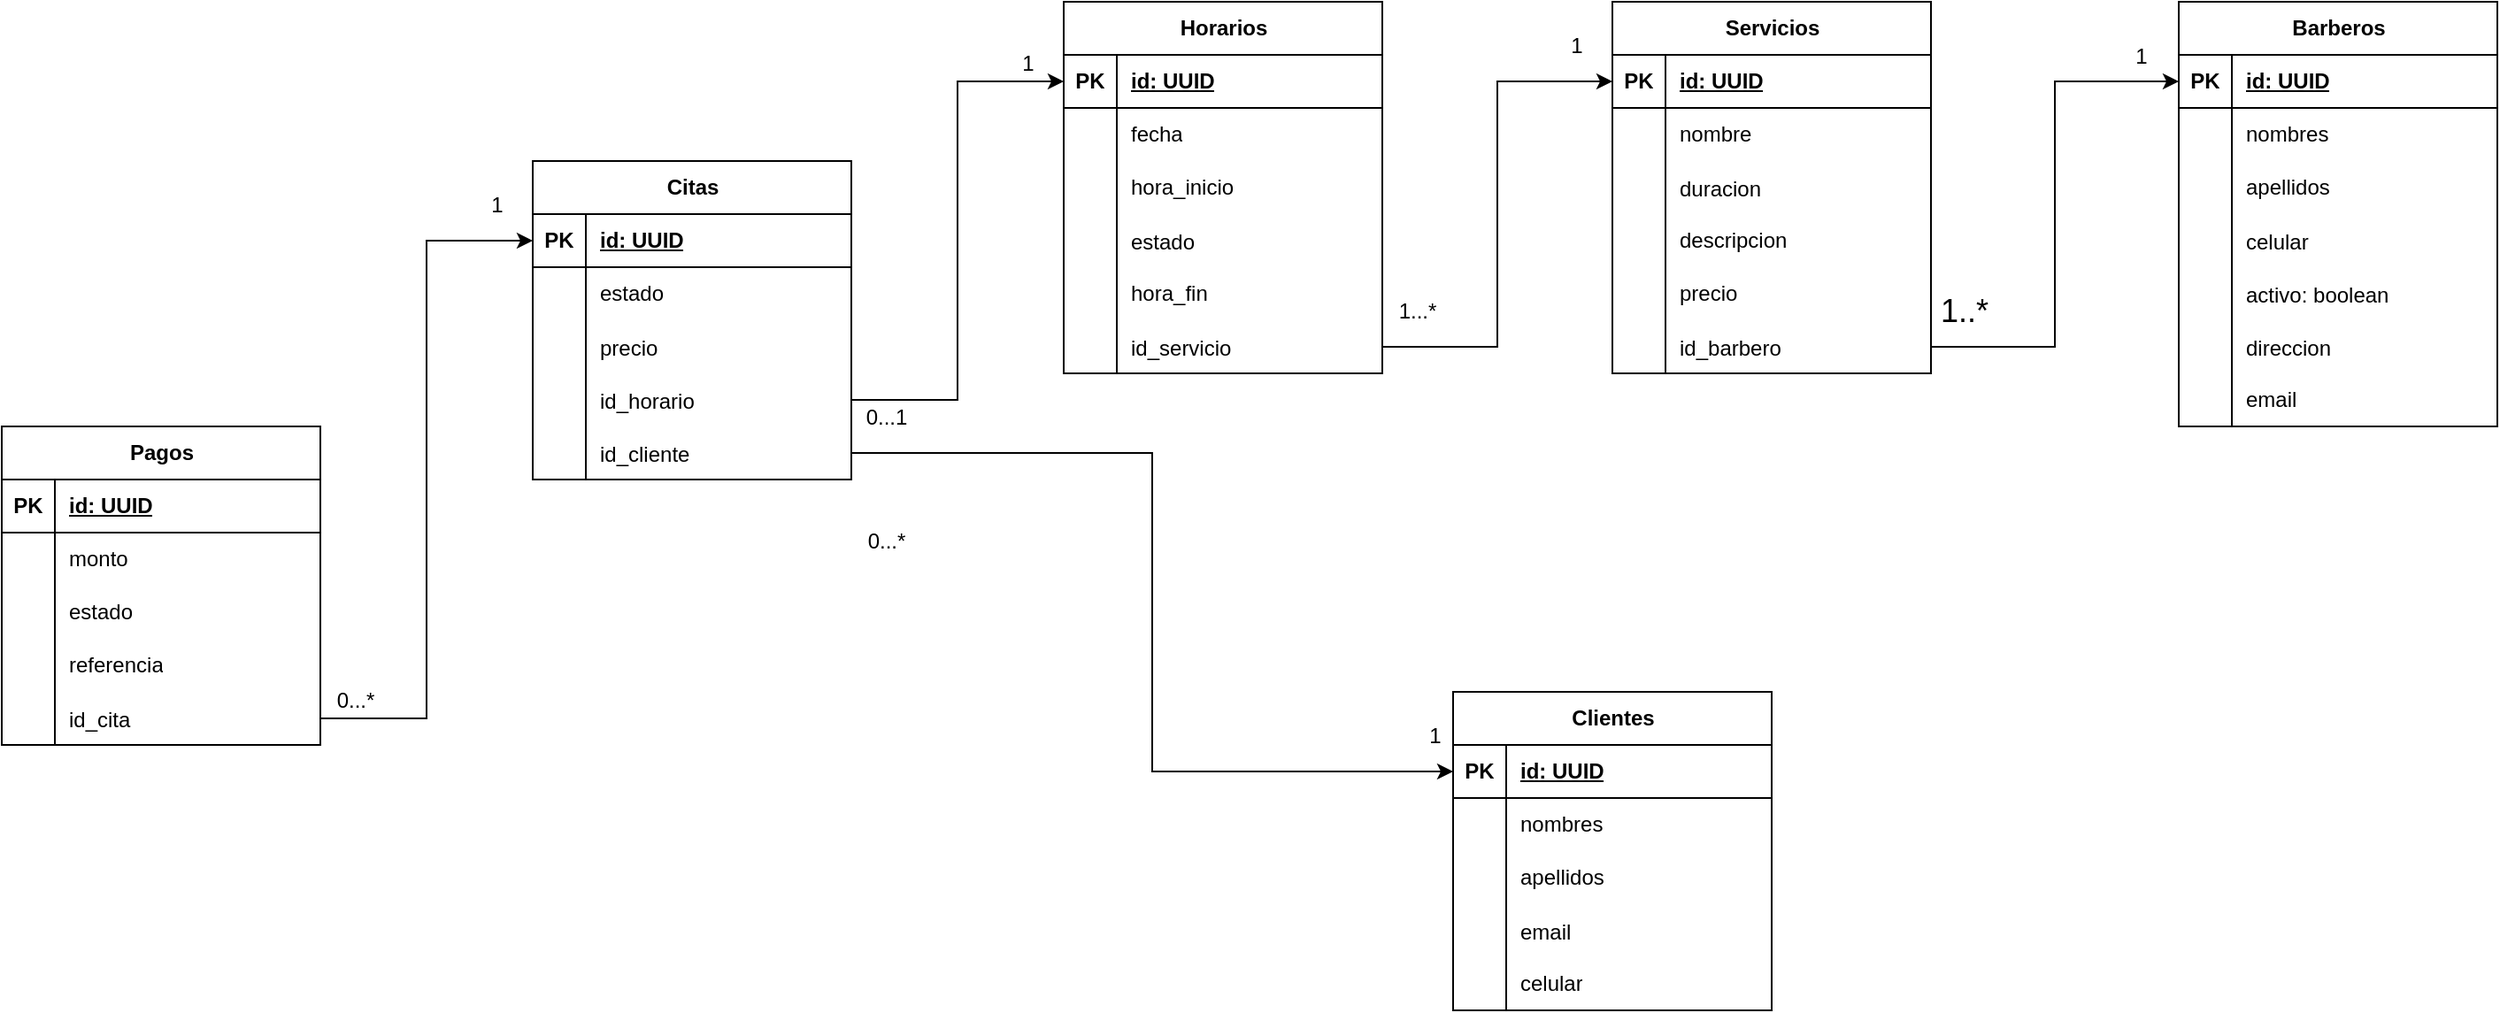
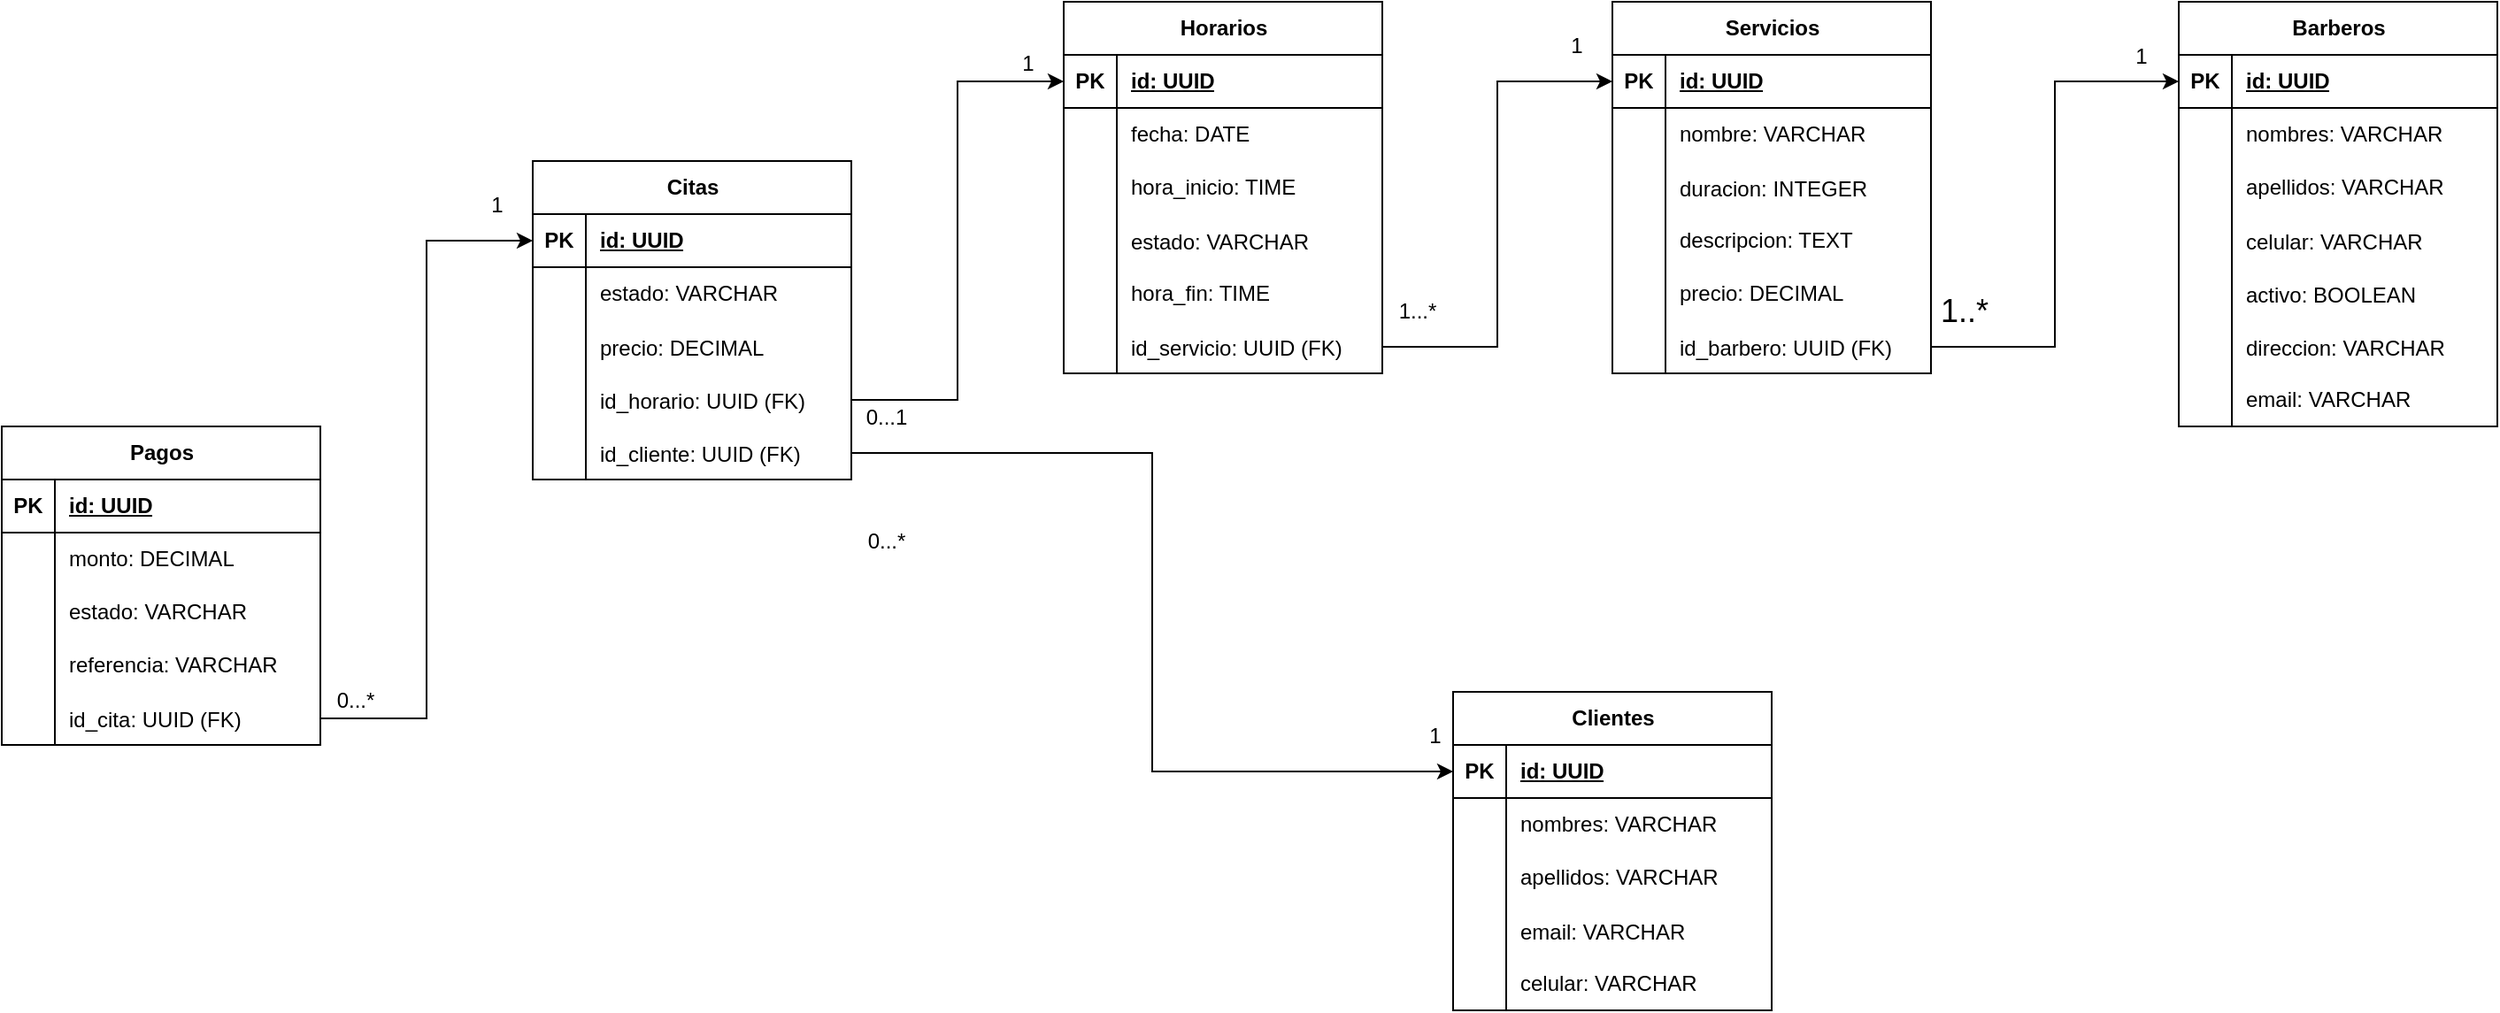
<mxfile host="app.diagrams.net">
  <diagram name="Page-1" id="84kAGnQhGiw0ntfo2Y2D">
    <mxGraphModel dx="2514" dy="901" grid="1" gridSize="10" guides="1" tooltips="1" connect="1" arrows="1" fold="1" page="1" pageScale="1" pageWidth="850" pageHeight="1100" math="0" shadow="0">
      <root>
        <mxCell id="0" />
        <mxCell id="1" parent="0" />
        <mxCell id="AOo3cmGunb4VPW3QewT0-1" parent="1" style="shape=table;startSize=30;container=1;collapsible=1;childLayout=tableLayout;fixedRows=1;rowLines=0;fontStyle=1;align=center;resizeLast=1;html=1;" value="Horarios" vertex="1">
          <mxGeometry height="210" width="180" x="130" y="240" as="geometry" />
        </mxCell>
        <mxCell id="AOo3cmGunb4VPW3QewT0-2" parent="AOo3cmGunb4VPW3QewT0-1" style="shape=tableRow;horizontal=0;startSize=0;swimlaneHead=0;swimlaneBody=0;fillColor=none;collapsible=0;dropTarget=0;points=[[0,0.5],[1,0.5]];portConstraint=eastwest;top=0;left=0;right=0;bottom=1;" value="" vertex="1">
          <mxGeometry height="30" width="180" y="30" as="geometry" />
        </mxCell>
        <mxCell id="AOo3cmGunb4VPW3QewT0-3" parent="AOo3cmGunb4VPW3QewT0-2" style="shape=partialRectangle;connectable=0;fillColor=none;top=0;left=0;bottom=0;right=0;fontStyle=1;overflow=hidden;whiteSpace=wrap;html=1;" value="PK" vertex="1">
          <mxGeometry height="30" width="30" as="geometry">
            <mxRectangle height="30" width="30" as="alternateBounds" />
          </mxGeometry>
        </mxCell>
        <mxCell id="AOo3cmGunb4VPW3QewT0-4" parent="AOo3cmGunb4VPW3QewT0-2" style="shape=partialRectangle;connectable=0;fillColor=none;top=0;left=0;bottom=0;right=0;align=left;spacingLeft=6;fontStyle=5;overflow=hidden;whiteSpace=wrap;html=1;" value="id: UUID" vertex="1">
          <mxGeometry height="30" width="150" x="30" as="geometry">
            <mxRectangle height="30" width="150" as="alternateBounds" />
          </mxGeometry>
        </mxCell>
        <mxCell id="AOo3cmGunb4VPW3QewT0-5" parent="AOo3cmGunb4VPW3QewT0-1" style="shape=tableRow;horizontal=0;startSize=0;swimlaneHead=0;swimlaneBody=0;fillColor=none;collapsible=0;dropTarget=0;points=[[0,0.5],[1,0.5]];portConstraint=eastwest;top=0;left=0;right=0;bottom=0;" value="" vertex="1">
          <mxGeometry height="30" width="180" y="60" as="geometry" />
        </mxCell>
        <mxCell id="AOo3cmGunb4VPW3QewT0-6" parent="AOo3cmGunb4VPW3QewT0-5" style="shape=partialRectangle;connectable=0;fillColor=none;top=0;left=0;bottom=0;right=0;editable=1;overflow=hidden;whiteSpace=wrap;html=1;" value="" vertex="1">
          <mxGeometry height="30" width="30" as="geometry">
            <mxRectangle height="30" width="30" as="alternateBounds" />
          </mxGeometry>
        </mxCell>
-         <mxCell id="AOo3cmGunb4VPW3QewT0-7" parent="AOo3cmGunb4VPW3QewT0-5" style="shape=partialRectangle;connectable=0;fillColor=none;top=0;left=0;bottom=0;right=0;align=left;spacingLeft=6;overflow=hidden;whiteSpace=wrap;html=1;" value="fecha" vertex="1">
+         <mxCell id="AOo3cmGunb4VPW3QewT0-7" parent="AOo3cmGunb4VPW3QewT0-5" style="shape=partialRectangle;connectable=0;fillColor=none;top=0;left=0;bottom=0;right=0;align=left;spacingLeft=6;overflow=hidden;whiteSpace=wrap;html=1;" value="fecha: DATE" vertex="1">
          <mxGeometry height="30" width="150" x="30" as="geometry">
            <mxRectangle height="30" width="150" as="alternateBounds" />
          </mxGeometry>
        </mxCell>
        <mxCell id="AOo3cmGunb4VPW3QewT0-8" parent="AOo3cmGunb4VPW3QewT0-1" style="shape=tableRow;horizontal=0;startSize=0;swimlaneHead=0;swimlaneBody=0;fillColor=none;collapsible=0;dropTarget=0;points=[[0,0.5],[1,0.5]];portConstraint=eastwest;top=0;left=0;right=0;bottom=0;" value="" vertex="1">
          <mxGeometry height="30" width="180" y="90" as="geometry" />
        </mxCell>
        <mxCell id="AOo3cmGunb4VPW3QewT0-9" parent="AOo3cmGunb4VPW3QewT0-8" style="shape=partialRectangle;connectable=0;fillColor=none;top=0;left=0;bottom=0;right=0;editable=1;overflow=hidden;whiteSpace=wrap;html=1;" value="" vertex="1">
          <mxGeometry height="30" width="30" as="geometry">
            <mxRectangle height="30" width="30" as="alternateBounds" />
          </mxGeometry>
        </mxCell>
-         <mxCell id="AOo3cmGunb4VPW3QewT0-10" parent="AOo3cmGunb4VPW3QewT0-8" style="shape=partialRectangle;connectable=0;fillColor=none;top=0;left=0;bottom=0;right=0;align=left;spacingLeft=6;overflow=hidden;whiteSpace=wrap;html=1;" value="hora_inicio" vertex="1">
+         <mxCell id="AOo3cmGunb4VPW3QewT0-10" parent="AOo3cmGunb4VPW3QewT0-8" style="shape=partialRectangle;connectable=0;fillColor=none;top=0;left=0;bottom=0;right=0;align=left;spacingLeft=6;overflow=hidden;whiteSpace=wrap;html=1;" value="hora_inicio: TIME" vertex="1">
          <mxGeometry height="30" width="150" x="30" as="geometry">
            <mxRectangle height="30" width="150" as="alternateBounds" />
          </mxGeometry>
        </mxCell>
        <mxCell id="AOo3cmGunb4VPW3QewT0-80" parent="AOo3cmGunb4VPW3QewT0-1" style="shape=tableRow;horizontal=0;startSize=0;swimlaneHead=0;swimlaneBody=0;fillColor=none;collapsible=0;dropTarget=0;points=[[0,0.5],[1,0.5]];portConstraint=eastwest;top=0;left=0;right=0;bottom=0;" value="" vertex="1">
          <mxGeometry height="30" width="180" y="120" as="geometry" />
        </mxCell>
        <mxCell id="AOo3cmGunb4VPW3QewT0-81" parent="AOo3cmGunb4VPW3QewT0-80" style="shape=partialRectangle;connectable=0;fillColor=none;top=0;left=0;bottom=0;right=0;editable=1;overflow=hidden;" value="" vertex="1">
          <mxGeometry height="30" width="30" as="geometry">
            <mxRectangle height="30" width="30" as="alternateBounds" />
          </mxGeometry>
        </mxCell>
-         <mxCell id="AOo3cmGunb4VPW3QewT0-82" parent="AOo3cmGunb4VPW3QewT0-80" style="shape=partialRectangle;connectable=0;fillColor=none;top=0;left=0;bottom=0;right=0;align=left;spacingLeft=6;overflow=hidden;" value="estado" vertex="1">
+         <mxCell id="AOo3cmGunb4VPW3QewT0-82" parent="AOo3cmGunb4VPW3QewT0-80" style="shape=partialRectangle;connectable=0;fillColor=none;top=0;left=0;bottom=0;right=0;align=left;spacingLeft=6;overflow=hidden;" value="estado: VARCHAR" vertex="1">
          <mxGeometry height="30" width="150" x="30" as="geometry">
            <mxRectangle height="30" width="150" as="alternateBounds" />
          </mxGeometry>
        </mxCell>
        <mxCell id="AOo3cmGunb4VPW3QewT0-11" parent="AOo3cmGunb4VPW3QewT0-1" style="shape=tableRow;horizontal=0;startSize=0;swimlaneHead=0;swimlaneBody=0;fillColor=none;collapsible=0;dropTarget=0;points=[[0,0.5],[1,0.5]];portConstraint=eastwest;top=0;left=0;right=0;bottom=0;" value="" vertex="1">
          <mxGeometry height="30" width="180" y="150" as="geometry" />
        </mxCell>
        <mxCell id="AOo3cmGunb4VPW3QewT0-12" parent="AOo3cmGunb4VPW3QewT0-11" style="shape=partialRectangle;connectable=0;fillColor=none;top=0;left=0;bottom=0;right=0;editable=1;overflow=hidden;whiteSpace=wrap;html=1;" value="" vertex="1">
          <mxGeometry height="30" width="30" as="geometry">
            <mxRectangle height="30" width="30" as="alternateBounds" />
          </mxGeometry>
        </mxCell>
-         <mxCell id="AOo3cmGunb4VPW3QewT0-13" parent="AOo3cmGunb4VPW3QewT0-11" style="shape=partialRectangle;connectable=0;fillColor=none;top=0;left=0;bottom=0;right=0;align=left;spacingLeft=6;overflow=hidden;whiteSpace=wrap;html=1;" value="hora_fin" vertex="1">
+         <mxCell id="AOo3cmGunb4VPW3QewT0-13" parent="AOo3cmGunb4VPW3QewT0-11" style="shape=partialRectangle;connectable=0;fillColor=none;top=0;left=0;bottom=0;right=0;align=left;spacingLeft=6;overflow=hidden;whiteSpace=wrap;html=1;" value="hora_fin: TIME" vertex="1">
          <mxGeometry height="30" width="150" x="30" as="geometry">
            <mxRectangle height="30" width="150" as="alternateBounds" />
          </mxGeometry>
        </mxCell>
        <mxCell id="AOo3cmGunb4VPW3QewT0-118" parent="AOo3cmGunb4VPW3QewT0-1" style="shape=tableRow;horizontal=0;startSize=0;swimlaneHead=0;swimlaneBody=0;fillColor=none;collapsible=0;dropTarget=0;points=[[0,0.5],[1,0.5]];portConstraint=eastwest;top=0;left=0;right=0;bottom=0;" value="" vertex="1">
          <mxGeometry height="30" width="180" y="180" as="geometry" />
        </mxCell>
        <mxCell id="AOo3cmGunb4VPW3QewT0-119" parent="AOo3cmGunb4VPW3QewT0-118" style="shape=partialRectangle;connectable=0;fillColor=none;top=0;left=0;bottom=0;right=0;editable=1;overflow=hidden;" value="" vertex="1">
          <mxGeometry height="30" width="30" as="geometry">
            <mxRectangle height="30" width="30" as="alternateBounds" />
          </mxGeometry>
        </mxCell>
-         <mxCell id="AOo3cmGunb4VPW3QewT0-120" parent="AOo3cmGunb4VPW3QewT0-118" style="shape=partialRectangle;connectable=0;fillColor=none;top=0;left=0;bottom=0;right=0;align=left;spacingLeft=6;overflow=hidden;" value="id_servicio" vertex="1">
+         <mxCell id="AOo3cmGunb4VPW3QewT0-120" parent="AOo3cmGunb4VPW3QewT0-118" style="shape=partialRectangle;connectable=0;fillColor=none;top=0;left=0;bottom=0;right=0;align=left;spacingLeft=6;overflow=hidden;" value="id_servicio: UUID (FK)" vertex="1">
          <mxGeometry height="30" width="150" x="30" as="geometry">
            <mxRectangle height="30" width="150" as="alternateBounds" />
          </mxGeometry>
        </mxCell>
        <mxCell id="AOo3cmGunb4VPW3QewT0-15" parent="1" style="shape=table;startSize=30;container=1;collapsible=1;childLayout=tableLayout;fixedRows=1;rowLines=0;fontStyle=1;align=center;resizeLast=1;html=1;" value="Servicios" vertex="1">
          <mxGeometry height="210" width="180" x="440" y="240" as="geometry" />
        </mxCell>
        <mxCell id="AOo3cmGunb4VPW3QewT0-16" parent="AOo3cmGunb4VPW3QewT0-15" style="shape=tableRow;horizontal=0;startSize=0;swimlaneHead=0;swimlaneBody=0;fillColor=none;collapsible=0;dropTarget=0;points=[[0,0.5],[1,0.5]];portConstraint=eastwest;top=0;left=0;right=0;bottom=1;" value="" vertex="1">
          <mxGeometry height="30" width="180" y="30" as="geometry" />
        </mxCell>
        <mxCell id="AOo3cmGunb4VPW3QewT0-17" parent="AOo3cmGunb4VPW3QewT0-16" style="shape=partialRectangle;connectable=0;fillColor=none;top=0;left=0;bottom=0;right=0;fontStyle=1;overflow=hidden;whiteSpace=wrap;html=1;" value="PK" vertex="1">
          <mxGeometry height="30" width="30" as="geometry">
            <mxRectangle height="30" width="30" as="alternateBounds" />
          </mxGeometry>
        </mxCell>
        <mxCell id="AOo3cmGunb4VPW3QewT0-18" parent="AOo3cmGunb4VPW3QewT0-16" style="shape=partialRectangle;connectable=0;fillColor=none;top=0;left=0;bottom=0;right=0;align=left;spacingLeft=6;fontStyle=5;overflow=hidden;whiteSpace=wrap;html=1;" value="id: UUID" vertex="1">
          <mxGeometry height="30" width="150" x="30" as="geometry">
            <mxRectangle height="30" width="150" as="alternateBounds" />
          </mxGeometry>
        </mxCell>
        <mxCell id="AOo3cmGunb4VPW3QewT0-19" parent="AOo3cmGunb4VPW3QewT0-15" style="shape=tableRow;horizontal=0;startSize=0;swimlaneHead=0;swimlaneBody=0;fillColor=none;collapsible=0;dropTarget=0;points=[[0,0.5],[1,0.5]];portConstraint=eastwest;top=0;left=0;right=0;bottom=0;" value="" vertex="1">
          <mxGeometry height="30" width="180" y="60" as="geometry" />
        </mxCell>
        <mxCell id="AOo3cmGunb4VPW3QewT0-20" parent="AOo3cmGunb4VPW3QewT0-19" style="shape=partialRectangle;connectable=0;fillColor=none;top=0;left=0;bottom=0;right=0;editable=1;overflow=hidden;whiteSpace=wrap;html=1;" value="" vertex="1">
          <mxGeometry height="30" width="30" as="geometry">
            <mxRectangle height="30" width="30" as="alternateBounds" />
          </mxGeometry>
        </mxCell>
-         <mxCell id="AOo3cmGunb4VPW3QewT0-21" parent="AOo3cmGunb4VPW3QewT0-19" style="shape=partialRectangle;connectable=0;fillColor=none;top=0;left=0;bottom=0;right=0;align=left;spacingLeft=6;overflow=hidden;whiteSpace=wrap;html=1;" value="nombre" vertex="1">
+         <mxCell id="AOo3cmGunb4VPW3QewT0-21" parent="AOo3cmGunb4VPW3QewT0-19" style="shape=partialRectangle;connectable=0;fillColor=none;top=0;left=0;bottom=0;right=0;align=left;spacingLeft=6;overflow=hidden;whiteSpace=wrap;html=1;" value="nombre: VARCHAR" vertex="1">
          <mxGeometry height="30" width="150" x="30" as="geometry">
            <mxRectangle height="30" width="150" as="alternateBounds" />
          </mxGeometry>
        </mxCell>
        <mxCell id="AOo3cmGunb4VPW3QewT0-92" parent="AOo3cmGunb4VPW3QewT0-15" style="shape=tableRow;horizontal=0;startSize=0;swimlaneHead=0;swimlaneBody=0;fillColor=none;collapsible=0;dropTarget=0;points=[[0,0.5],[1,0.5]];portConstraint=eastwest;top=0;left=0;right=0;bottom=0;" value="" vertex="1">
          <mxGeometry height="30" width="180" y="90" as="geometry" />
        </mxCell>
        <mxCell id="AOo3cmGunb4VPW3QewT0-93" parent="AOo3cmGunb4VPW3QewT0-92" style="shape=partialRectangle;connectable=0;fillColor=none;top=0;left=0;bottom=0;right=0;editable=1;overflow=hidden;" value="" vertex="1">
          <mxGeometry height="30" width="30" as="geometry">
            <mxRectangle height="30" width="30" as="alternateBounds" />
          </mxGeometry>
        </mxCell>
-         <mxCell id="AOo3cmGunb4VPW3QewT0-94" parent="AOo3cmGunb4VPW3QewT0-92" style="shape=partialRectangle;connectable=0;fillColor=none;top=0;left=0;bottom=0;right=0;align=left;spacingLeft=6;overflow=hidden;" value="duracion" vertex="1">
+         <mxCell id="AOo3cmGunb4VPW3QewT0-94" parent="AOo3cmGunb4VPW3QewT0-92" style="shape=partialRectangle;connectable=0;fillColor=none;top=0;left=0;bottom=0;right=0;align=left;spacingLeft=6;overflow=hidden;" value="duracion: INTEGER" vertex="1">
          <mxGeometry height="30" width="150" x="30" as="geometry">
            <mxRectangle height="30" width="150" as="alternateBounds" />
          </mxGeometry>
        </mxCell>
        <mxCell id="AOo3cmGunb4VPW3QewT0-22" parent="AOo3cmGunb4VPW3QewT0-15" style="shape=tableRow;horizontal=0;startSize=0;swimlaneHead=0;swimlaneBody=0;fillColor=none;collapsible=0;dropTarget=0;points=[[0,0.5],[1,0.5]];portConstraint=eastwest;top=0;left=0;right=0;bottom=0;" value="" vertex="1">
          <mxGeometry height="30" width="180" y="120" as="geometry" />
        </mxCell>
        <mxCell id="AOo3cmGunb4VPW3QewT0-23" parent="AOo3cmGunb4VPW3QewT0-22" style="shape=partialRectangle;connectable=0;fillColor=none;top=0;left=0;bottom=0;right=0;editable=1;overflow=hidden;whiteSpace=wrap;html=1;" value="" vertex="1">
          <mxGeometry height="30" width="30" as="geometry">
            <mxRectangle height="30" width="30" as="alternateBounds" />
          </mxGeometry>
        </mxCell>
-         <mxCell id="AOo3cmGunb4VPW3QewT0-24" parent="AOo3cmGunb4VPW3QewT0-22" style="shape=partialRectangle;connectable=0;fillColor=none;top=0;left=0;bottom=0;right=0;align=left;spacingLeft=6;overflow=hidden;whiteSpace=wrap;html=1;" value="descripcion" vertex="1">
+         <mxCell id="AOo3cmGunb4VPW3QewT0-24" parent="AOo3cmGunb4VPW3QewT0-22" style="shape=partialRectangle;connectable=0;fillColor=none;top=0;left=0;bottom=0;right=0;align=left;spacingLeft=6;overflow=hidden;whiteSpace=wrap;html=1;" value="descripcion: TEXT" vertex="1">
          <mxGeometry height="30" width="150" x="30" as="geometry">
            <mxRectangle height="30" width="150" as="alternateBounds" />
          </mxGeometry>
        </mxCell>
        <mxCell id="AOo3cmGunb4VPW3QewT0-25" parent="AOo3cmGunb4VPW3QewT0-15" style="shape=tableRow;horizontal=0;startSize=0;swimlaneHead=0;swimlaneBody=0;fillColor=none;collapsible=0;dropTarget=0;points=[[0,0.5],[1,0.5]];portConstraint=eastwest;top=0;left=0;right=0;bottom=0;" value="" vertex="1">
          <mxGeometry height="30" width="180" y="150" as="geometry" />
        </mxCell>
        <mxCell id="AOo3cmGunb4VPW3QewT0-26" parent="AOo3cmGunb4VPW3QewT0-25" style="shape=partialRectangle;connectable=0;fillColor=none;top=0;left=0;bottom=0;right=0;editable=1;overflow=hidden;whiteSpace=wrap;html=1;" value="" vertex="1">
          <mxGeometry height="30" width="30" as="geometry">
            <mxRectangle height="30" width="30" as="alternateBounds" />
          </mxGeometry>
        </mxCell>
-         <mxCell id="AOo3cmGunb4VPW3QewT0-27" parent="AOo3cmGunb4VPW3QewT0-25" style="shape=partialRectangle;connectable=0;fillColor=none;top=0;left=0;bottom=0;right=0;align=left;spacingLeft=6;overflow=hidden;whiteSpace=wrap;html=1;" value="precio" vertex="1">
+         <mxCell id="AOo3cmGunb4VPW3QewT0-27" parent="AOo3cmGunb4VPW3QewT0-25" style="shape=partialRectangle;connectable=0;fillColor=none;top=0;left=0;bottom=0;right=0;align=left;spacingLeft=6;overflow=hidden;whiteSpace=wrap;html=1;" value="precio: DECIMAL" vertex="1">
          <mxGeometry height="30" width="150" x="30" as="geometry">
            <mxRectangle height="30" width="150" as="alternateBounds" />
          </mxGeometry>
        </mxCell>
        <mxCell id="AOo3cmGunb4VPW3QewT0-95" parent="AOo3cmGunb4VPW3QewT0-15" style="shape=tableRow;horizontal=0;startSize=0;swimlaneHead=0;swimlaneBody=0;fillColor=none;collapsible=0;dropTarget=0;points=[[0,0.5],[1,0.5]];portConstraint=eastwest;top=0;left=0;right=0;bottom=0;" value="" vertex="1">
          <mxGeometry height="30" width="180" y="180" as="geometry" />
        </mxCell>
        <mxCell id="AOo3cmGunb4VPW3QewT0-96" parent="AOo3cmGunb4VPW3QewT0-95" style="shape=partialRectangle;connectable=0;fillColor=none;top=0;left=0;bottom=0;right=0;editable=1;overflow=hidden;" value="" vertex="1">
          <mxGeometry height="30" width="30" as="geometry">
            <mxRectangle height="30" width="30" as="alternateBounds" />
          </mxGeometry>
        </mxCell>
-         <mxCell id="AOo3cmGunb4VPW3QewT0-97" parent="AOo3cmGunb4VPW3QewT0-95" style="shape=partialRectangle;connectable=0;fillColor=none;top=0;left=0;bottom=0;right=0;align=left;spacingLeft=6;overflow=hidden;" value="id_barbero" vertex="1">
+         <mxCell id="AOo3cmGunb4VPW3QewT0-97" parent="AOo3cmGunb4VPW3QewT0-95" style="shape=partialRectangle;connectable=0;fillColor=none;top=0;left=0;bottom=0;right=0;align=left;spacingLeft=6;overflow=hidden;" value="id_barbero: UUID (FK)" vertex="1">
          <mxGeometry height="30" width="150" x="30" as="geometry">
            <mxRectangle height="30" width="150" as="alternateBounds" />
          </mxGeometry>
        </mxCell>
        <mxCell id="AOo3cmGunb4VPW3QewT0-28" parent="1" style="shape=table;startSize=30;container=1;collapsible=1;childLayout=tableLayout;fixedRows=1;rowLines=0;fontStyle=1;align=center;resizeLast=1;html=1;" value="Citas" vertex="1">
          <mxGeometry height="180" width="180" x="-170" y="330" as="geometry" />
        </mxCell>
        <mxCell id="AOo3cmGunb4VPW3QewT0-29" parent="AOo3cmGunb4VPW3QewT0-28" style="shape=tableRow;horizontal=0;startSize=0;swimlaneHead=0;swimlaneBody=0;fillColor=none;collapsible=0;dropTarget=0;points=[[0,0.5],[1,0.5]];portConstraint=eastwest;top=0;left=0;right=0;bottom=1;" value="" vertex="1">
          <mxGeometry height="30" width="180" y="30" as="geometry" />
        </mxCell>
        <mxCell id="AOo3cmGunb4VPW3QewT0-30" parent="AOo3cmGunb4VPW3QewT0-29" style="shape=partialRectangle;connectable=0;fillColor=none;top=0;left=0;bottom=0;right=0;fontStyle=1;overflow=hidden;whiteSpace=wrap;html=1;" value="PK" vertex="1">
          <mxGeometry height="30" width="30" as="geometry">
            <mxRectangle height="30" width="30" as="alternateBounds" />
          </mxGeometry>
        </mxCell>
        <mxCell id="AOo3cmGunb4VPW3QewT0-31" parent="AOo3cmGunb4VPW3QewT0-29" style="shape=partialRectangle;connectable=0;fillColor=none;top=0;left=0;bottom=0;right=0;align=left;spacingLeft=6;fontStyle=5;overflow=hidden;whiteSpace=wrap;html=1;" value="id: UUID" vertex="1">
          <mxGeometry height="30" width="150" x="30" as="geometry">
            <mxRectangle height="30" width="150" as="alternateBounds" />
          </mxGeometry>
        </mxCell>
        <mxCell id="AOo3cmGunb4VPW3QewT0-38" parent="AOo3cmGunb4VPW3QewT0-28" style="shape=tableRow;horizontal=0;startSize=0;swimlaneHead=0;swimlaneBody=0;fillColor=none;collapsible=0;dropTarget=0;points=[[0,0.5],[1,0.5]];portConstraint=eastwest;top=0;left=0;right=0;bottom=0;" value="" vertex="1">
          <mxGeometry height="30" width="180" y="60" as="geometry" />
        </mxCell>
        <mxCell id="AOo3cmGunb4VPW3QewT0-39" parent="AOo3cmGunb4VPW3QewT0-38" style="shape=partialRectangle;connectable=0;fillColor=none;top=0;left=0;bottom=0;right=0;editable=1;overflow=hidden;whiteSpace=wrap;html=1;" value="" vertex="1">
          <mxGeometry height="30" width="30" as="geometry">
            <mxRectangle height="30" width="30" as="alternateBounds" />
          </mxGeometry>
        </mxCell>
-         <mxCell id="AOo3cmGunb4VPW3QewT0-40" parent="AOo3cmGunb4VPW3QewT0-38" style="shape=partialRectangle;connectable=0;fillColor=none;top=0;left=0;bottom=0;right=0;align=left;spacingLeft=6;overflow=hidden;whiteSpace=wrap;html=1;" value="estado" vertex="1">
+         <mxCell id="AOo3cmGunb4VPW3QewT0-40" parent="AOo3cmGunb4VPW3QewT0-38" style="shape=partialRectangle;connectable=0;fillColor=none;top=0;left=0;bottom=0;right=0;align=left;spacingLeft=6;overflow=hidden;whiteSpace=wrap;html=1;" value="estado: VARCHAR" vertex="1">
          <mxGeometry height="30" width="150" x="30" as="geometry">
            <mxRectangle height="30" width="150" as="alternateBounds" />
          </mxGeometry>
        </mxCell>
        <mxCell id="AOo3cmGunb4VPW3QewT0-139" parent="AOo3cmGunb4VPW3QewT0-28" style="shape=tableRow;horizontal=0;startSize=0;swimlaneHead=0;swimlaneBody=0;fillColor=none;collapsible=0;dropTarget=0;points=[[0,0.5],[1,0.5]];portConstraint=eastwest;top=0;left=0;right=0;bottom=0;" value="" vertex="1">
          <mxGeometry height="30" width="180" y="90" as="geometry" />
        </mxCell>
        <mxCell id="AOo3cmGunb4VPW3QewT0-140" parent="AOo3cmGunb4VPW3QewT0-139" style="shape=partialRectangle;connectable=0;fillColor=none;top=0;left=0;bottom=0;right=0;editable=1;overflow=hidden;" value="" vertex="1">
          <mxGeometry height="30" width="30" as="geometry">
            <mxRectangle height="30" width="30" as="alternateBounds" />
          </mxGeometry>
        </mxCell>
-         <mxCell id="AOo3cmGunb4VPW3QewT0-141" parent="AOo3cmGunb4VPW3QewT0-139" style="shape=partialRectangle;connectable=0;fillColor=none;top=0;left=0;bottom=0;right=0;align=left;spacingLeft=6;overflow=hidden;" value="precio" vertex="1">
+         <mxCell id="AOo3cmGunb4VPW3QewT0-141" parent="AOo3cmGunb4VPW3QewT0-139" style="shape=partialRectangle;connectable=0;fillColor=none;top=0;left=0;bottom=0;right=0;align=left;spacingLeft=6;overflow=hidden;" value="precio: DECIMAL" vertex="1">
          <mxGeometry height="30" width="150" x="30" as="geometry">
            <mxRectangle height="30" width="150" as="alternateBounds" />
          </mxGeometry>
        </mxCell>
        <mxCell id="AOo3cmGunb4VPW3QewT0-89" parent="AOo3cmGunb4VPW3QewT0-28" style="shape=tableRow;horizontal=0;startSize=0;swimlaneHead=0;swimlaneBody=0;fillColor=none;collapsible=0;dropTarget=0;points=[[0,0.5],[1,0.5]];portConstraint=eastwest;top=0;left=0;right=0;bottom=0;" value="" vertex="1">
          <mxGeometry height="30" width="180" y="120" as="geometry" />
        </mxCell>
        <mxCell id="AOo3cmGunb4VPW3QewT0-90" parent="AOo3cmGunb4VPW3QewT0-89" style="shape=partialRectangle;connectable=0;fillColor=none;top=0;left=0;bottom=0;right=0;editable=1;overflow=hidden;" value="" vertex="1">
          <mxGeometry height="30" width="30" as="geometry">
            <mxRectangle height="30" width="30" as="alternateBounds" />
          </mxGeometry>
        </mxCell>
-         <mxCell id="AOo3cmGunb4VPW3QewT0-91" parent="AOo3cmGunb4VPW3QewT0-89" style="shape=partialRectangle;connectable=0;fillColor=none;top=0;left=0;bottom=0;right=0;align=left;spacingLeft=6;overflow=hidden;" value="id_horario" vertex="1">
+         <mxCell id="AOo3cmGunb4VPW3QewT0-91" parent="AOo3cmGunb4VPW3QewT0-89" style="shape=partialRectangle;connectable=0;fillColor=none;top=0;left=0;bottom=0;right=0;align=left;spacingLeft=6;overflow=hidden;" value="id_horario: UUID (FK)" vertex="1">
          <mxGeometry height="30" width="150" x="30" as="geometry">
            <mxRectangle height="30" width="150" as="alternateBounds" />
          </mxGeometry>
        </mxCell>
        <mxCell id="AOo3cmGunb4VPW3QewT0-83" parent="AOo3cmGunb4VPW3QewT0-28" style="shape=tableRow;horizontal=0;startSize=0;swimlaneHead=0;swimlaneBody=0;fillColor=none;collapsible=0;dropTarget=0;points=[[0,0.5],[1,0.5]];portConstraint=eastwest;top=0;left=0;right=0;bottom=0;" value="" vertex="1">
          <mxGeometry height="30" width="180" y="150" as="geometry" />
        </mxCell>
        <mxCell id="AOo3cmGunb4VPW3QewT0-84" parent="AOo3cmGunb4VPW3QewT0-83" style="shape=partialRectangle;connectable=0;fillColor=none;top=0;left=0;bottom=0;right=0;editable=1;overflow=hidden;" value="" vertex="1">
          <mxGeometry height="30" width="30" as="geometry">
            <mxRectangle height="30" width="30" as="alternateBounds" />
          </mxGeometry>
        </mxCell>
-         <mxCell id="AOo3cmGunb4VPW3QewT0-85" parent="AOo3cmGunb4VPW3QewT0-83" style="shape=partialRectangle;connectable=0;fillColor=none;top=0;left=0;bottom=0;right=0;align=left;spacingLeft=6;overflow=hidden;" value="id_cliente" vertex="1">
+         <mxCell id="AOo3cmGunb4VPW3QewT0-85" parent="AOo3cmGunb4VPW3QewT0-83" style="shape=partialRectangle;connectable=0;fillColor=none;top=0;left=0;bottom=0;right=0;align=left;spacingLeft=6;overflow=hidden;" value="id_cliente: UUID (FK)" vertex="1">
          <mxGeometry height="30" width="150" x="30" as="geometry">
            <mxRectangle height="30" width="150" as="alternateBounds" />
          </mxGeometry>
        </mxCell>
        <mxCell id="AOo3cmGunb4VPW3QewT0-41" parent="1" style="shape=table;startSize=30;container=1;collapsible=1;childLayout=tableLayout;fixedRows=1;rowLines=0;fontStyle=1;align=center;resizeLast=1;html=1;" value="Barberos" vertex="1">
          <mxGeometry height="240" width="180" x="760" y="240" as="geometry" />
        </mxCell>
        <mxCell id="AOo3cmGunb4VPW3QewT0-42" parent="AOo3cmGunb4VPW3QewT0-41" style="shape=tableRow;horizontal=0;startSize=0;swimlaneHead=0;swimlaneBody=0;fillColor=none;collapsible=0;dropTarget=0;points=[[0,0.5],[1,0.5]];portConstraint=eastwest;top=0;left=0;right=0;bottom=1;" value="" vertex="1">
          <mxGeometry height="30" width="180" y="30" as="geometry" />
        </mxCell>
        <mxCell id="AOo3cmGunb4VPW3QewT0-43" parent="AOo3cmGunb4VPW3QewT0-42" style="shape=partialRectangle;connectable=0;fillColor=none;top=0;left=0;bottom=0;right=0;fontStyle=1;overflow=hidden;whiteSpace=wrap;html=1;" value="PK" vertex="1">
          <mxGeometry height="30" width="30" as="geometry">
            <mxRectangle height="30" width="30" as="alternateBounds" />
          </mxGeometry>
        </mxCell>
        <mxCell id="AOo3cmGunb4VPW3QewT0-44" parent="AOo3cmGunb4VPW3QewT0-42" style="shape=partialRectangle;connectable=0;fillColor=none;top=0;left=0;bottom=0;right=0;align=left;spacingLeft=6;fontStyle=5;overflow=hidden;whiteSpace=wrap;html=1;" value="id: UUID" vertex="1">
          <mxGeometry height="30" width="150" x="30" as="geometry">
            <mxRectangle height="30" width="150" as="alternateBounds" />
          </mxGeometry>
        </mxCell>
        <mxCell id="AOo3cmGunb4VPW3QewT0-45" parent="AOo3cmGunb4VPW3QewT0-41" style="shape=tableRow;horizontal=0;startSize=0;swimlaneHead=0;swimlaneBody=0;fillColor=none;collapsible=0;dropTarget=0;points=[[0,0.5],[1,0.5]];portConstraint=eastwest;top=0;left=0;right=0;bottom=0;" value="" vertex="1">
          <mxGeometry height="30" width="180" y="60" as="geometry" />
        </mxCell>
        <mxCell id="AOo3cmGunb4VPW3QewT0-46" parent="AOo3cmGunb4VPW3QewT0-45" style="shape=partialRectangle;connectable=0;fillColor=none;top=0;left=0;bottom=0;right=0;editable=1;overflow=hidden;whiteSpace=wrap;html=1;" value="" vertex="1">
          <mxGeometry height="30" width="30" as="geometry">
            <mxRectangle height="30" width="30" as="alternateBounds" />
          </mxGeometry>
        </mxCell>
-         <mxCell id="AOo3cmGunb4VPW3QewT0-47" parent="AOo3cmGunb4VPW3QewT0-45" style="shape=partialRectangle;connectable=0;fillColor=none;top=0;left=0;bottom=0;right=0;align=left;spacingLeft=6;overflow=hidden;whiteSpace=wrap;html=1;" value="nombres" vertex="1">
+         <mxCell id="AOo3cmGunb4VPW3QewT0-47" parent="AOo3cmGunb4VPW3QewT0-45" style="shape=partialRectangle;connectable=0;fillColor=none;top=0;left=0;bottom=0;right=0;align=left;spacingLeft=6;overflow=hidden;whiteSpace=wrap;html=1;" value="nombres: VARCHAR" vertex="1">
          <mxGeometry height="30" width="150" x="30" as="geometry">
            <mxRectangle height="30" width="150" as="alternateBounds" />
          </mxGeometry>
        </mxCell>
        <mxCell id="AOo3cmGunb4VPW3QewT0-48" parent="AOo3cmGunb4VPW3QewT0-41" style="shape=tableRow;horizontal=0;startSize=0;swimlaneHead=0;swimlaneBody=0;fillColor=none;collapsible=0;dropTarget=0;points=[[0,0.5],[1,0.5]];portConstraint=eastwest;top=0;left=0;right=0;bottom=0;" value="" vertex="1">
          <mxGeometry height="30" width="180" y="90" as="geometry" />
        </mxCell>
        <mxCell id="AOo3cmGunb4VPW3QewT0-49" parent="AOo3cmGunb4VPW3QewT0-48" style="shape=partialRectangle;connectable=0;fillColor=none;top=0;left=0;bottom=0;right=0;editable=1;overflow=hidden;whiteSpace=wrap;html=1;" value="" vertex="1">
          <mxGeometry height="30" width="30" as="geometry">
            <mxRectangle height="30" width="30" as="alternateBounds" />
          </mxGeometry>
        </mxCell>
-         <mxCell id="AOo3cmGunb4VPW3QewT0-50" parent="AOo3cmGunb4VPW3QewT0-48" style="shape=partialRectangle;connectable=0;fillColor=none;top=0;left=0;bottom=0;right=0;align=left;spacingLeft=6;overflow=hidden;whiteSpace=wrap;html=1;" value="apellidos" vertex="1">
+         <mxCell id="AOo3cmGunb4VPW3QewT0-50" parent="AOo3cmGunb4VPW3QewT0-48" style="shape=partialRectangle;connectable=0;fillColor=none;top=0;left=0;bottom=0;right=0;align=left;spacingLeft=6;overflow=hidden;whiteSpace=wrap;html=1;" value="apellidos: VARCHAR" vertex="1">
          <mxGeometry height="30" width="150" x="30" as="geometry">
            <mxRectangle height="30" width="150" as="alternateBounds" />
          </mxGeometry>
        </mxCell>
        <mxCell id="AOo3cmGunb4VPW3QewT0-98" parent="AOo3cmGunb4VPW3QewT0-41" style="shape=tableRow;horizontal=0;startSize=0;swimlaneHead=0;swimlaneBody=0;fillColor=none;collapsible=0;dropTarget=0;points=[[0,0.5],[1,0.5]];portConstraint=eastwest;top=0;left=0;right=0;bottom=0;" value="" vertex="1">
          <mxGeometry height="30" width="180" y="120" as="geometry" />
        </mxCell>
        <mxCell id="AOo3cmGunb4VPW3QewT0-99" parent="AOo3cmGunb4VPW3QewT0-98" style="shape=partialRectangle;connectable=0;fillColor=none;top=0;left=0;bottom=0;right=0;editable=1;overflow=hidden;" value="" vertex="1">
          <mxGeometry height="30" width="30" as="geometry">
            <mxRectangle height="30" width="30" as="alternateBounds" />
          </mxGeometry>
        </mxCell>
-         <mxCell id="AOo3cmGunb4VPW3QewT0-100" parent="AOo3cmGunb4VPW3QewT0-98" style="shape=partialRectangle;connectable=0;fillColor=none;top=0;left=0;bottom=0;right=0;align=left;spacingLeft=6;overflow=hidden;" value="celular" vertex="1">
+         <mxCell id="AOo3cmGunb4VPW3QewT0-100" parent="AOo3cmGunb4VPW3QewT0-98" style="shape=partialRectangle;connectable=0;fillColor=none;top=0;left=0;bottom=0;right=0;align=left;spacingLeft=6;overflow=hidden;" value="celular: VARCHAR" vertex="1">
          <mxGeometry height="30" width="150" x="30" as="geometry">
            <mxRectangle height="30" width="150" as="alternateBounds" />
          </mxGeometry>
        </mxCell>
        <mxCell id="AOo3cmGunb4VPW3QewT0-142" parent="AOo3cmGunb4VPW3QewT0-41" style="shape=tableRow;horizontal=0;startSize=0;swimlaneHead=0;swimlaneBody=0;fillColor=none;collapsible=0;dropTarget=0;points=[[0,0.5],[1,0.5]];portConstraint=eastwest;top=0;left=0;right=0;bottom=0;" value="" vertex="1">
          <mxGeometry height="30" width="180" y="150" as="geometry" />
        </mxCell>
        <mxCell id="AOo3cmGunb4VPW3QewT0-143" parent="AOo3cmGunb4VPW3QewT0-142" style="shape=partialRectangle;connectable=0;fillColor=none;top=0;left=0;bottom=0;right=0;editable=1;overflow=hidden;" value="" vertex="1">
          <mxGeometry height="30" width="30" as="geometry">
            <mxRectangle height="30" width="30" as="alternateBounds" />
          </mxGeometry>
        </mxCell>
-         <mxCell id="AOo3cmGunb4VPW3QewT0-144" parent="AOo3cmGunb4VPW3QewT0-142" style="shape=partialRectangle;connectable=0;fillColor=none;top=0;left=0;bottom=0;right=0;align=left;spacingLeft=6;overflow=hidden;" value="activo: boolean" vertex="1">
+         <mxCell id="AOo3cmGunb4VPW3QewT0-144" parent="AOo3cmGunb4VPW3QewT0-142" style="shape=partialRectangle;connectable=0;fillColor=none;top=0;left=0;bottom=0;right=0;align=left;spacingLeft=6;overflow=hidden;" value="activo: BOOLEAN" vertex="1">
          <mxGeometry height="30" width="150" x="30" as="geometry">
            <mxRectangle height="30" width="150" as="alternateBounds" />
          </mxGeometry>
        </mxCell>
        <mxCell id="AOo3cmGunb4VPW3QewT0-102" parent="AOo3cmGunb4VPW3QewT0-41" style="shape=tableRow;horizontal=0;startSize=0;swimlaneHead=0;swimlaneBody=0;fillColor=none;collapsible=0;dropTarget=0;points=[[0,0.5],[1,0.5]];portConstraint=eastwest;top=0;left=0;right=0;bottom=0;" value="" vertex="1">
          <mxGeometry height="30" width="180" y="180" as="geometry" />
        </mxCell>
        <mxCell id="AOo3cmGunb4VPW3QewT0-103" parent="AOo3cmGunb4VPW3QewT0-102" style="shape=partialRectangle;connectable=0;fillColor=none;top=0;left=0;bottom=0;right=0;editable=1;overflow=hidden;" value="" vertex="1">
          <mxGeometry height="30" width="30" as="geometry">
            <mxRectangle height="30" width="30" as="alternateBounds" />
          </mxGeometry>
        </mxCell>
-         <mxCell id="AOo3cmGunb4VPW3QewT0-104" parent="AOo3cmGunb4VPW3QewT0-102" style="shape=partialRectangle;connectable=0;fillColor=none;top=0;left=0;bottom=0;right=0;align=left;spacingLeft=6;overflow=hidden;" value="direccion" vertex="1">
+         <mxCell id="AOo3cmGunb4VPW3QewT0-104" parent="AOo3cmGunb4VPW3QewT0-102" style="shape=partialRectangle;connectable=0;fillColor=none;top=0;left=0;bottom=0;right=0;align=left;spacingLeft=6;overflow=hidden;" value="direccion: VARCHAR" vertex="1">
          <mxGeometry height="30" width="150" x="30" as="geometry">
            <mxRectangle height="30" width="150" as="alternateBounds" />
          </mxGeometry>
        </mxCell>
        <mxCell id="AOo3cmGunb4VPW3QewT0-51" parent="AOo3cmGunb4VPW3QewT0-41" style="shape=tableRow;horizontal=0;startSize=0;swimlaneHead=0;swimlaneBody=0;fillColor=none;collapsible=0;dropTarget=0;points=[[0,0.5],[1,0.5]];portConstraint=eastwest;top=0;left=0;right=0;bottom=0;" value="" vertex="1">
          <mxGeometry height="30" width="180" y="210" as="geometry" />
        </mxCell>
        <mxCell id="AOo3cmGunb4VPW3QewT0-52" parent="AOo3cmGunb4VPW3QewT0-51" style="shape=partialRectangle;connectable=0;fillColor=none;top=0;left=0;bottom=0;right=0;editable=1;overflow=hidden;whiteSpace=wrap;html=1;" value="" vertex="1">
          <mxGeometry height="30" width="30" as="geometry">
            <mxRectangle height="30" width="30" as="alternateBounds" />
          </mxGeometry>
        </mxCell>
-         <mxCell id="AOo3cmGunb4VPW3QewT0-53" parent="AOo3cmGunb4VPW3QewT0-51" style="shape=partialRectangle;connectable=0;fillColor=none;top=0;left=0;bottom=0;right=0;align=left;spacingLeft=6;overflow=hidden;whiteSpace=wrap;html=1;" value="email" vertex="1">
+         <mxCell id="AOo3cmGunb4VPW3QewT0-53" parent="AOo3cmGunb4VPW3QewT0-51" style="shape=partialRectangle;connectable=0;fillColor=none;top=0;left=0;bottom=0;right=0;align=left;spacingLeft=6;overflow=hidden;whiteSpace=wrap;html=1;" value="email: VARCHAR" vertex="1">
          <mxGeometry height="30" width="150" x="30" as="geometry">
            <mxRectangle height="30" width="150" as="alternateBounds" />
          </mxGeometry>
        </mxCell>
        <mxCell id="AOo3cmGunb4VPW3QewT0-54" parent="1" style="shape=table;startSize=30;container=1;collapsible=1;childLayout=tableLayout;fixedRows=1;rowLines=0;fontStyle=1;align=center;resizeLast=1;html=1;" value="Clientes" vertex="1">
          <mxGeometry height="180" width="180" x="350" y="630" as="geometry" />
        </mxCell>
        <mxCell id="AOo3cmGunb4VPW3QewT0-55" parent="AOo3cmGunb4VPW3QewT0-54" style="shape=tableRow;horizontal=0;startSize=0;swimlaneHead=0;swimlaneBody=0;fillColor=none;collapsible=0;dropTarget=0;points=[[0,0.5],[1,0.5]];portConstraint=eastwest;top=0;left=0;right=0;bottom=1;" value="" vertex="1">
          <mxGeometry height="30" width="180" y="30" as="geometry" />
        </mxCell>
        <mxCell id="AOo3cmGunb4VPW3QewT0-56" parent="AOo3cmGunb4VPW3QewT0-55" style="shape=partialRectangle;connectable=0;fillColor=none;top=0;left=0;bottom=0;right=0;fontStyle=1;overflow=hidden;whiteSpace=wrap;html=1;" value="PK" vertex="1">
          <mxGeometry height="30" width="30" as="geometry">
            <mxRectangle height="30" width="30" as="alternateBounds" />
          </mxGeometry>
        </mxCell>
        <mxCell id="AOo3cmGunb4VPW3QewT0-57" parent="AOo3cmGunb4VPW3QewT0-55" style="shape=partialRectangle;connectable=0;fillColor=none;top=0;left=0;bottom=0;right=0;align=left;spacingLeft=6;fontStyle=5;overflow=hidden;whiteSpace=wrap;html=1;" value="id: UUID" vertex="1">
          <mxGeometry height="30" width="150" x="30" as="geometry">
            <mxRectangle height="30" width="150" as="alternateBounds" />
          </mxGeometry>
        </mxCell>
        <mxCell id="AOo3cmGunb4VPW3QewT0-58" parent="AOo3cmGunb4VPW3QewT0-54" style="shape=tableRow;horizontal=0;startSize=0;swimlaneHead=0;swimlaneBody=0;fillColor=none;collapsible=0;dropTarget=0;points=[[0,0.5],[1,0.5]];portConstraint=eastwest;top=0;left=0;right=0;bottom=0;" value="" vertex="1">
          <mxGeometry height="30" width="180" y="60" as="geometry" />
        </mxCell>
        <mxCell id="AOo3cmGunb4VPW3QewT0-59" parent="AOo3cmGunb4VPW3QewT0-58" style="shape=partialRectangle;connectable=0;fillColor=none;top=0;left=0;bottom=0;right=0;editable=1;overflow=hidden;whiteSpace=wrap;html=1;" value="" vertex="1">
          <mxGeometry height="30" width="30" as="geometry">
            <mxRectangle height="30" width="30" as="alternateBounds" />
          </mxGeometry>
        </mxCell>
-         <mxCell id="AOo3cmGunb4VPW3QewT0-60" parent="AOo3cmGunb4VPW3QewT0-58" style="shape=partialRectangle;connectable=0;fillColor=none;top=0;left=0;bottom=0;right=0;align=left;spacingLeft=6;overflow=hidden;whiteSpace=wrap;html=1;" value="nombres" vertex="1">
+         <mxCell id="AOo3cmGunb4VPW3QewT0-60" parent="AOo3cmGunb4VPW3QewT0-58" style="shape=partialRectangle;connectable=0;fillColor=none;top=0;left=0;bottom=0;right=0;align=left;spacingLeft=6;overflow=hidden;whiteSpace=wrap;html=1;" value="nombres: VARCHAR" vertex="1">
          <mxGeometry height="30" width="150" x="30" as="geometry">
            <mxRectangle height="30" width="150" as="alternateBounds" />
          </mxGeometry>
        </mxCell>
        <mxCell id="AOo3cmGunb4VPW3QewT0-61" parent="AOo3cmGunb4VPW3QewT0-54" style="shape=tableRow;horizontal=0;startSize=0;swimlaneHead=0;swimlaneBody=0;fillColor=none;collapsible=0;dropTarget=0;points=[[0,0.5],[1,0.5]];portConstraint=eastwest;top=0;left=0;right=0;bottom=0;" value="" vertex="1">
          <mxGeometry height="30" width="180" y="90" as="geometry" />
        </mxCell>
        <mxCell id="AOo3cmGunb4VPW3QewT0-62" parent="AOo3cmGunb4VPW3QewT0-61" style="shape=partialRectangle;connectable=0;fillColor=none;top=0;left=0;bottom=0;right=0;editable=1;overflow=hidden;whiteSpace=wrap;html=1;" value="" vertex="1">
          <mxGeometry height="30" width="30" as="geometry">
            <mxRectangle height="30" width="30" as="alternateBounds" />
          </mxGeometry>
        </mxCell>
-         <mxCell id="AOo3cmGunb4VPW3QewT0-63" parent="AOo3cmGunb4VPW3QewT0-61" style="shape=partialRectangle;connectable=0;fillColor=none;top=0;left=0;bottom=0;right=0;align=left;spacingLeft=6;overflow=hidden;whiteSpace=wrap;html=1;" value="apellidos" vertex="1">
+         <mxCell id="AOo3cmGunb4VPW3QewT0-63" parent="AOo3cmGunb4VPW3QewT0-61" style="shape=partialRectangle;connectable=0;fillColor=none;top=0;left=0;bottom=0;right=0;align=left;spacingLeft=6;overflow=hidden;whiteSpace=wrap;html=1;" value="apellidos: VARCHAR" vertex="1">
          <mxGeometry height="30" width="150" x="30" as="geometry">
            <mxRectangle height="30" width="150" as="alternateBounds" />
          </mxGeometry>
        </mxCell>
        <mxCell id="AOo3cmGunb4VPW3QewT0-108" parent="AOo3cmGunb4VPW3QewT0-54" style="shape=tableRow;horizontal=0;startSize=0;swimlaneHead=0;swimlaneBody=0;fillColor=none;collapsible=0;dropTarget=0;points=[[0,0.5],[1,0.5]];portConstraint=eastwest;top=0;left=0;right=0;bottom=0;" value="" vertex="1">
          <mxGeometry height="30" width="180" y="120" as="geometry" />
        </mxCell>
        <mxCell id="AOo3cmGunb4VPW3QewT0-109" parent="AOo3cmGunb4VPW3QewT0-108" style="shape=partialRectangle;connectable=0;fillColor=none;top=0;left=0;bottom=0;right=0;editable=1;overflow=hidden;" value="" vertex="1">
          <mxGeometry height="30" width="30" as="geometry">
            <mxRectangle height="30" width="30" as="alternateBounds" />
          </mxGeometry>
        </mxCell>
-         <mxCell id="AOo3cmGunb4VPW3QewT0-110" parent="AOo3cmGunb4VPW3QewT0-108" style="shape=partialRectangle;connectable=0;fillColor=none;top=0;left=0;bottom=0;right=0;align=left;spacingLeft=6;overflow=hidden;" value="email" vertex="1">
+         <mxCell id="AOo3cmGunb4VPW3QewT0-110" parent="AOo3cmGunb4VPW3QewT0-108" style="shape=partialRectangle;connectable=0;fillColor=none;top=0;left=0;bottom=0;right=0;align=left;spacingLeft=6;overflow=hidden;" value="email: VARCHAR" vertex="1">
          <mxGeometry height="30" width="150" x="30" as="geometry">
            <mxRectangle height="30" width="150" as="alternateBounds" />
          </mxGeometry>
        </mxCell>
        <mxCell id="AOo3cmGunb4VPW3QewT0-64" parent="AOo3cmGunb4VPW3QewT0-54" style="shape=tableRow;horizontal=0;startSize=0;swimlaneHead=0;swimlaneBody=0;fillColor=none;collapsible=0;dropTarget=0;points=[[0,0.5],[1,0.5]];portConstraint=eastwest;top=0;left=0;right=0;bottom=0;" value="" vertex="1">
          <mxGeometry height="30" width="180" y="150" as="geometry" />
        </mxCell>
        <mxCell id="AOo3cmGunb4VPW3QewT0-65" parent="AOo3cmGunb4VPW3QewT0-64" style="shape=partialRectangle;connectable=0;fillColor=none;top=0;left=0;bottom=0;right=0;editable=1;overflow=hidden;whiteSpace=wrap;html=1;" value="" vertex="1">
          <mxGeometry height="30" width="30" as="geometry">
            <mxRectangle height="30" width="30" as="alternateBounds" />
          </mxGeometry>
        </mxCell>
-         <mxCell id="AOo3cmGunb4VPW3QewT0-66" parent="AOo3cmGunb4VPW3QewT0-64" style="shape=partialRectangle;connectable=0;fillColor=none;top=0;left=0;bottom=0;right=0;align=left;spacingLeft=6;overflow=hidden;whiteSpace=wrap;html=1;" value="celular" vertex="1">
+         <mxCell id="AOo3cmGunb4VPW3QewT0-66" parent="AOo3cmGunb4VPW3QewT0-64" style="shape=partialRectangle;connectable=0;fillColor=none;top=0;left=0;bottom=0;right=0;align=left;spacingLeft=6;overflow=hidden;whiteSpace=wrap;html=1;" value="celular: VARCHAR" vertex="1">
          <mxGeometry height="30" width="150" x="30" as="geometry">
            <mxRectangle height="30" width="150" as="alternateBounds" />
          </mxGeometry>
        </mxCell>
        <mxCell id="AOo3cmGunb4VPW3QewT0-67" parent="1" style="shape=table;startSize=30;container=1;collapsible=1;childLayout=tableLayout;fixedRows=1;rowLines=0;fontStyle=1;align=center;resizeLast=1;html=1;" value="Pagos" vertex="1">
          <mxGeometry height="180" width="180" x="-470" y="480" as="geometry" />
        </mxCell>
        <mxCell id="AOo3cmGunb4VPW3QewT0-68" parent="AOo3cmGunb4VPW3QewT0-67" style="shape=tableRow;horizontal=0;startSize=0;swimlaneHead=0;swimlaneBody=0;fillColor=none;collapsible=0;dropTarget=0;points=[[0,0.5],[1,0.5]];portConstraint=eastwest;top=0;left=0;right=0;bottom=1;" value="" vertex="1">
          <mxGeometry height="30" width="180" y="30" as="geometry" />
        </mxCell>
        <mxCell id="AOo3cmGunb4VPW3QewT0-69" parent="AOo3cmGunb4VPW3QewT0-68" style="shape=partialRectangle;connectable=0;fillColor=none;top=0;left=0;bottom=0;right=0;fontStyle=1;overflow=hidden;whiteSpace=wrap;html=1;" value="PK" vertex="1">
          <mxGeometry height="30" width="30" as="geometry">
            <mxRectangle height="30" width="30" as="alternateBounds" />
          </mxGeometry>
        </mxCell>
        <mxCell id="AOo3cmGunb4VPW3QewT0-70" parent="AOo3cmGunb4VPW3QewT0-68" style="shape=partialRectangle;connectable=0;fillColor=none;top=0;left=0;bottom=0;right=0;align=left;spacingLeft=6;fontStyle=5;overflow=hidden;whiteSpace=wrap;html=1;" value="id: UUID" vertex="1">
          <mxGeometry height="30" width="150" x="30" as="geometry">
            <mxRectangle height="30" width="150" as="alternateBounds" />
          </mxGeometry>
        </mxCell>
        <mxCell id="AOo3cmGunb4VPW3QewT0-71" parent="AOo3cmGunb4VPW3QewT0-67" style="shape=tableRow;horizontal=0;startSize=0;swimlaneHead=0;swimlaneBody=0;fillColor=none;collapsible=0;dropTarget=0;points=[[0,0.5],[1,0.5]];portConstraint=eastwest;top=0;left=0;right=0;bottom=0;" value="" vertex="1">
          <mxGeometry height="30" width="180" y="60" as="geometry" />
        </mxCell>
        <mxCell id="AOo3cmGunb4VPW3QewT0-72" parent="AOo3cmGunb4VPW3QewT0-71" style="shape=partialRectangle;connectable=0;fillColor=none;top=0;left=0;bottom=0;right=0;editable=1;overflow=hidden;whiteSpace=wrap;html=1;" value="" vertex="1">
          <mxGeometry height="30" width="30" as="geometry">
            <mxRectangle height="30" width="30" as="alternateBounds" />
          </mxGeometry>
        </mxCell>
-         <mxCell id="AOo3cmGunb4VPW3QewT0-73" parent="AOo3cmGunb4VPW3QewT0-71" style="shape=partialRectangle;connectable=0;fillColor=none;top=0;left=0;bottom=0;right=0;align=left;spacingLeft=6;overflow=hidden;whiteSpace=wrap;html=1;" value="monto" vertex="1">
+         <mxCell id="AOo3cmGunb4VPW3QewT0-73" parent="AOo3cmGunb4VPW3QewT0-71" style="shape=partialRectangle;connectable=0;fillColor=none;top=0;left=0;bottom=0;right=0;align=left;spacingLeft=6;overflow=hidden;whiteSpace=wrap;html=1;" value="monto: DECIMAL" vertex="1">
          <mxGeometry height="30" width="150" x="30" as="geometry">
            <mxRectangle height="30" width="150" as="alternateBounds" />
          </mxGeometry>
        </mxCell>
        <mxCell id="AOo3cmGunb4VPW3QewT0-74" parent="AOo3cmGunb4VPW3QewT0-67" style="shape=tableRow;horizontal=0;startSize=0;swimlaneHead=0;swimlaneBody=0;fillColor=none;collapsible=0;dropTarget=0;points=[[0,0.5],[1,0.5]];portConstraint=eastwest;top=0;left=0;right=0;bottom=0;" value="" vertex="1">
          <mxGeometry height="30" width="180" y="90" as="geometry" />
        </mxCell>
        <mxCell id="AOo3cmGunb4VPW3QewT0-75" parent="AOo3cmGunb4VPW3QewT0-74" style="shape=partialRectangle;connectable=0;fillColor=none;top=0;left=0;bottom=0;right=0;editable=1;overflow=hidden;whiteSpace=wrap;html=1;" value="" vertex="1">
          <mxGeometry height="30" width="30" as="geometry">
            <mxRectangle height="30" width="30" as="alternateBounds" />
          </mxGeometry>
        </mxCell>
-         <mxCell id="AOo3cmGunb4VPW3QewT0-76" parent="AOo3cmGunb4VPW3QewT0-74" style="shape=partialRectangle;connectable=0;fillColor=none;top=0;left=0;bottom=0;right=0;align=left;spacingLeft=6;overflow=hidden;whiteSpace=wrap;html=1;" value="estado" vertex="1">
+         <mxCell id="AOo3cmGunb4VPW3QewT0-76" parent="AOo3cmGunb4VPW3QewT0-74" style="shape=partialRectangle;connectable=0;fillColor=none;top=0;left=0;bottom=0;right=0;align=left;spacingLeft=6;overflow=hidden;whiteSpace=wrap;html=1;" value="estado: VARCHAR" vertex="1">
          <mxGeometry height="30" width="150" x="30" as="geometry">
            <mxRectangle height="30" width="150" as="alternateBounds" />
          </mxGeometry>
        </mxCell>
        <mxCell id="AOo3cmGunb4VPW3QewT0-77" parent="AOo3cmGunb4VPW3QewT0-67" style="shape=tableRow;horizontal=0;startSize=0;swimlaneHead=0;swimlaneBody=0;fillColor=none;collapsible=0;dropTarget=0;points=[[0,0.5],[1,0.5]];portConstraint=eastwest;top=0;left=0;right=0;bottom=0;" value="" vertex="1">
          <mxGeometry height="30" width="180" y="120" as="geometry" />
        </mxCell>
        <mxCell id="AOo3cmGunb4VPW3QewT0-78" parent="AOo3cmGunb4VPW3QewT0-77" style="shape=partialRectangle;connectable=0;fillColor=none;top=0;left=0;bottom=0;right=0;editable=1;overflow=hidden;whiteSpace=wrap;html=1;" value="" vertex="1">
          <mxGeometry height="30" width="30" as="geometry">
            <mxRectangle height="30" width="30" as="alternateBounds" />
          </mxGeometry>
        </mxCell>
-         <mxCell id="AOo3cmGunb4VPW3QewT0-79" parent="AOo3cmGunb4VPW3QewT0-77" style="shape=partialRectangle;connectable=0;fillColor=none;top=0;left=0;bottom=0;right=0;align=left;spacingLeft=6;overflow=hidden;whiteSpace=wrap;html=1;" value="referencia" vertex="1">
+         <mxCell id="AOo3cmGunb4VPW3QewT0-79" parent="AOo3cmGunb4VPW3QewT0-77" style="shape=partialRectangle;connectable=0;fillColor=none;top=0;left=0;bottom=0;right=0;align=left;spacingLeft=6;overflow=hidden;whiteSpace=wrap;html=1;" value="referencia: VARCHAR" vertex="1">
          <mxGeometry height="30" width="150" x="30" as="geometry">
            <mxRectangle height="30" width="150" as="alternateBounds" />
          </mxGeometry>
        </mxCell>
        <mxCell id="AOo3cmGunb4VPW3QewT0-111" parent="AOo3cmGunb4VPW3QewT0-67" style="shape=tableRow;horizontal=0;startSize=0;swimlaneHead=0;swimlaneBody=0;fillColor=none;collapsible=0;dropTarget=0;points=[[0,0.5],[1,0.5]];portConstraint=eastwest;top=0;left=0;right=0;bottom=0;" value="" vertex="1">
          <mxGeometry height="30" width="180" y="150" as="geometry" />
        </mxCell>
        <mxCell id="AOo3cmGunb4VPW3QewT0-112" parent="AOo3cmGunb4VPW3QewT0-111" style="shape=partialRectangle;connectable=0;fillColor=none;top=0;left=0;bottom=0;right=0;editable=1;overflow=hidden;" value="" vertex="1">
          <mxGeometry height="30" width="30" as="geometry">
            <mxRectangle height="30" width="30" as="alternateBounds" />
          </mxGeometry>
        </mxCell>
-         <mxCell id="AOo3cmGunb4VPW3QewT0-113" parent="AOo3cmGunb4VPW3QewT0-111" style="shape=partialRectangle;connectable=0;fillColor=none;top=0;left=0;bottom=0;right=0;align=left;spacingLeft=6;overflow=hidden;" value="id_cita" vertex="1">
+         <mxCell id="AOo3cmGunb4VPW3QewT0-113" parent="AOo3cmGunb4VPW3QewT0-111" style="shape=partialRectangle;connectable=0;fillColor=none;top=0;left=0;bottom=0;right=0;align=left;spacingLeft=6;overflow=hidden;" value="id_cita: UUID (FK)" vertex="1">
          <mxGeometry height="30" width="150" x="30" as="geometry">
            <mxRectangle height="30" width="150" as="alternateBounds" />
          </mxGeometry>
        </mxCell>
        <mxCell id="AOo3cmGunb4VPW3QewT0-122" edge="1" parent="1" source="AOo3cmGunb4VPW3QewT0-83" style="edgeStyle=orthogonalEdgeStyle;rounded=0;orthogonalLoop=1;jettySize=auto;html=1;entryX=0;entryY=0.5;entryDx=0;entryDy=0;" target="AOo3cmGunb4VPW3QewT0-55">
          <mxGeometry relative="1" as="geometry" />
        </mxCell>
        <mxCell id="AOo3cmGunb4VPW3QewT0-123" edge="1" parent="1" source="AOo3cmGunb4VPW3QewT0-89" style="edgeStyle=orthogonalEdgeStyle;rounded=0;orthogonalLoop=1;jettySize=auto;html=1;entryX=0;entryY=0.5;entryDx=0;entryDy=0;" target="AOo3cmGunb4VPW3QewT0-2">
          <mxGeometry relative="1" as="geometry" />
        </mxCell>
        <mxCell id="AOo3cmGunb4VPW3QewT0-125" edge="1" parent="1" source="AOo3cmGunb4VPW3QewT0-118" style="edgeStyle=orthogonalEdgeStyle;rounded=0;orthogonalLoop=1;jettySize=auto;html=1;entryX=0;entryY=0.5;entryDx=0;entryDy=0;" target="AOo3cmGunb4VPW3QewT0-16">
          <mxGeometry relative="1" as="geometry" />
        </mxCell>
        <mxCell id="AOo3cmGunb4VPW3QewT0-126" edge="1" parent="1" source="AOo3cmGunb4VPW3QewT0-95" style="edgeStyle=orthogonalEdgeStyle;rounded=0;orthogonalLoop=1;jettySize=auto;html=1;entryX=0;entryY=0.5;entryDx=0;entryDy=0;" target="AOo3cmGunb4VPW3QewT0-42">
          <mxGeometry relative="1" as="geometry" />
        </mxCell>
        <mxCell id="AOo3cmGunb4VPW3QewT0-128" edge="1" parent="1" source="AOo3cmGunb4VPW3QewT0-111" style="edgeStyle=orthogonalEdgeStyle;rounded=0;orthogonalLoop=1;jettySize=auto;html=1;entryX=0;entryY=0.5;entryDx=0;entryDy=0;" target="AOo3cmGunb4VPW3QewT0-29">
          <mxGeometry relative="1" as="geometry" />
        </mxCell>
        <mxCell id="AOo3cmGunb4VPW3QewT0-129" parent="1" style="text;html=1;whiteSpace=wrap;strokeColor=none;fillColor=none;align=center;verticalAlign=middle;rounded=0;fontSize=18;autosizeText=1;" value="1..*" vertex="1">
          <mxGeometry height="30" width="60" x="609" y="400" as="geometry" />
        </mxCell>
        <mxCell id="AOo3cmGunb4VPW3QewT0-130" parent="1" style="text;html=1;whiteSpace=wrap;strokeColor=none;fillColor=none;align=center;verticalAlign=middle;rounded=0;" value="1" vertex="1">
          <mxGeometry height="30" width="60" x="709" y="256" as="geometry" />
        </mxCell>
        <mxCell id="AOo3cmGunb4VPW3QewT0-131" parent="1" style="text;html=1;whiteSpace=wrap;strokeColor=none;fillColor=none;align=center;verticalAlign=middle;rounded=0;" value="1" vertex="1">
          <mxGeometry height="30" width="60" x="390" y="250" as="geometry" />
        </mxCell>
        <mxCell id="AOo3cmGunb4VPW3QewT0-132" parent="1" style="text;html=1;whiteSpace=wrap;strokeColor=none;fillColor=none;align=center;verticalAlign=middle;rounded=0;" value="1...*" vertex="1">
          <mxGeometry height="30" width="60" x="300" y="400" as="geometry" />
        </mxCell>
        <mxCell id="AOo3cmGunb4VPW3QewT0-133" parent="1" style="text;html=1;whiteSpace=wrap;strokeColor=none;fillColor=none;align=center;verticalAlign=middle;rounded=0;" value="1" vertex="1">
          <mxGeometry height="30" width="60" x="80" y="260" as="geometry" />
        </mxCell>
        <mxCell id="AOo3cmGunb4VPW3QewT0-134" parent="1" style="text;html=1;whiteSpace=wrap;strokeColor=none;fillColor=none;align=center;verticalAlign=middle;rounded=0;" value="0...1" vertex="1">
          <mxGeometry height="30" width="60" y="460" as="geometry" />
        </mxCell>
        <mxCell id="AOo3cmGunb4VPW3QewT0-135" parent="1" style="text;html=1;whiteSpace=wrap;strokeColor=none;fillColor=none;align=center;verticalAlign=middle;rounded=0;" value="1" vertex="1">
          <mxGeometry height="30" width="60" x="310" y="640" as="geometry" />
        </mxCell>
        <mxCell id="AOo3cmGunb4VPW3QewT0-136" parent="1" style="text;html=1;whiteSpace=wrap;strokeColor=none;fillColor=none;align=center;verticalAlign=middle;rounded=0;" value="0...*" vertex="1">
          <mxGeometry height="30" width="60" y="530" as="geometry" />
        </mxCell>
        <mxCell id="AOo3cmGunb4VPW3QewT0-137" parent="1" style="text;html=1;whiteSpace=wrap;strokeColor=none;fillColor=none;align=center;verticalAlign=middle;rounded=0;" value="1" vertex="1">
          <mxGeometry height="30" width="60" x="-220" y="340" as="geometry" />
        </mxCell>
        <mxCell id="AOo3cmGunb4VPW3QewT0-138" parent="1" style="text;html=1;whiteSpace=wrap;strokeColor=none;fillColor=none;align=center;verticalAlign=middle;rounded=0;" value="0...*" vertex="1">
          <mxGeometry height="30" width="60" x="-300" y="620" as="geometry" />
        </mxCell>
      </root>
    </mxGraphModel>
  </diagram>
</mxfile>
